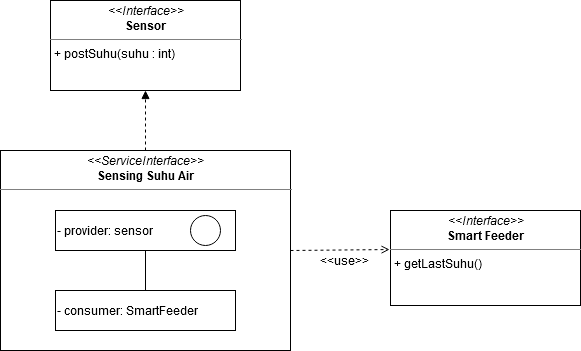
Above: serviceinterface.png in shadow17t/diagram (draw.io), before the change. Source tidied: cells renumbered, new cells last; positions are measured from the earlier drawing's top-left corner, leaving out a move shared by most shapes.
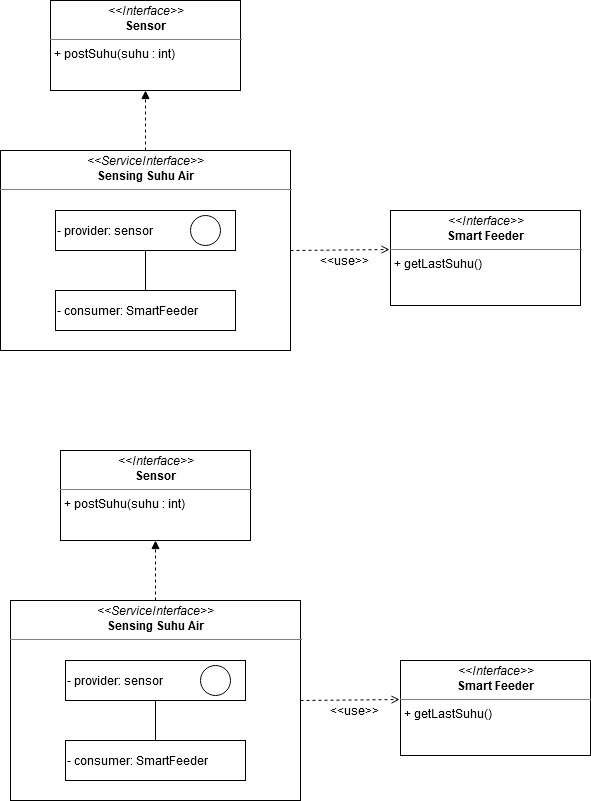
After the change.

The edit, as a diff of the source:
```diff
@@ -32,5 +32,35 @@
     <mxCell id="11" value="&amp;lt;&amp;lt;use&amp;gt;&amp;gt;" style="text;html=1;strokeColor=none;fillColor=none;align=center;verticalAlign=middle;whiteSpace=wrap;rounded=0;" parent="1" vertex="1">
       <mxGeometry x="324" y="250" width="40" height="20" as="geometry" />
     </mxCell>
+    <mxCell id="12" value="&lt;p style=&quot;margin: 0px ; margin-top: 4px ; text-align: center&quot;&gt;&lt;i&gt;&amp;lt;&amp;lt;Interface&amp;gt;&amp;gt;&lt;/i&gt;&lt;br&gt;&lt;b&gt;Sensor&lt;br&gt;&lt;/b&gt;&lt;/p&gt;&lt;hr size=&quot;1&quot;&gt;&lt;p style=&quot;margin: 0px ; margin-left: 4px&quot;&gt;+ postSuhu(suhu : int)&lt;br&gt;&lt;/p&gt;" style="verticalAlign=top;align=left;overflow=fill;fontSize=12;fontFamily=Helvetica;html=1;" parent="1" vertex="1">
+      <mxGeometry x="60" y="450" width="190" height="90" as="geometry" />
+    </mxCell>
+    <mxCell id="13" value="&lt;p style=&quot;margin: 0px ; margin-top: 4px ; text-align: center&quot;&gt;&lt;i&gt;&amp;lt;&amp;lt;ServiceInterface&amp;gt;&amp;gt;&lt;/i&gt;&lt;br&gt;&lt;b&gt;Sensing Suhu Air&lt;br&gt;&lt;/b&gt;&lt;/p&gt;&lt;hr size=&quot;1&quot;&gt;" style="verticalAlign=top;align=left;overflow=fill;fontSize=12;fontFamily=Helvetica;html=1;" parent="1" vertex="1">
+      <mxGeometry x="10" y="600" width="290" height="200" as="geometry" />
+    </mxCell>
+    <mxCell id="14" value="&lt;div align=&quot;left&quot;&gt;- provider: sensor&lt;/div&gt;" style="rounded=0;whiteSpace=wrap;html=1;align=left;" parent="1" vertex="1">
+      <mxGeometry x="65" y="660" width="180" height="40" as="geometry" />
+    </mxCell>
+    <mxCell id="15" style="ellipse;whiteSpace=wrap;html=1;" parent="1" vertex="1">
+      <mxGeometry x="200" y="665" width="30" height="30" as="geometry" />
+    </mxCell>
+    <mxCell id="16" value="&lt;div align=&quot;left&quot;&gt;- consumer: SmartFeeder&lt;/div&gt;" style="rounded=0;whiteSpace=wrap;html=1;align=left;" parent="1" vertex="1">
+      <mxGeometry x="65" y="740" width="180" height="40" as="geometry" />
+    </mxCell>
+    <mxCell id="17" style="endArrow=none;html=1;exitX=0.5;exitY=0;exitDx=0;exitDy=0;entryX=0.5;entryY=1;entryDx=0;entryDy=0;" parent="1" edge="1" source="16" target="14">
+      <mxGeometry relative="1" as="geometry" />
+    </mxCell>
+    <mxCell id="18" style="endArrow=block;html=1;entryX=0.5;entryY=1;entryDx=0;entryDy=0;exitX=0.5;exitY=0;exitDx=0;exitDy=0;dashed=1;endFill=1;" parent="1" edge="1" source="13" target="12">
+      <mxGeometry relative="1" as="geometry" />
+    </mxCell>
+    <mxCell id="19" value="&lt;p style=&quot;margin: 0px ; margin-top: 4px ; text-align: center&quot;&gt;&lt;i&gt;&amp;lt;&amp;lt;Interface&amp;gt;&amp;gt;&lt;/i&gt;&lt;br&gt;&lt;b&gt;Smart Feeder&lt;br&gt;&lt;/b&gt;&lt;/p&gt;&lt;hr size=&quot;1&quot;&gt;&lt;p style=&quot;margin: 0px ; margin-left: 4px&quot;&gt;+ getLastSuhu()&lt;br&gt;&lt;/p&gt;" style="verticalAlign=top;align=left;overflow=fill;fontSize=12;fontFamily=Helvetica;html=1;" parent="1" vertex="1">
+      <mxGeometry x="400" y="660" width="190" height="95" as="geometry" />
+    </mxCell>
+    <mxCell id="20" style="endArrow=open;html=1;dashed=1;exitX=1;exitY=0.5;exitDx=0;exitDy=0;entryX=-0.005;entryY=0.411;entryDx=0;entryDy=0;entryPerimeter=0;endFill=0;" parent="1" edge="1" source="13" target="19">
+      <mxGeometry relative="1" as="geometry" />
+    </mxCell>
+    <mxCell id="21" value="&amp;lt;&amp;lt;use&amp;gt;&amp;gt;" style="text;html=1;strokeColor=none;fillColor=none;align=center;verticalAlign=middle;whiteSpace=wrap;rounded=0;" parent="1" vertex="1">
+      <mxGeometry x="334" y="700" width="40" height="20" as="geometry" />
+    </mxCell>
   </root>
 </mxGraphModel>
```
